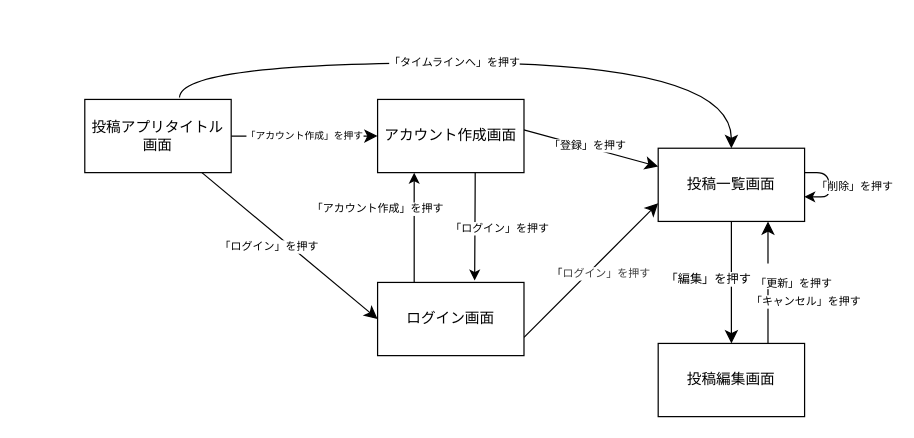
yoko-bessho/post-app-practice keeps this draw.io diagram as docs/13-3/post-screen-flow.drawio. Above is the earlier version. Source tidied: cells renumbered, new cells numbered last; positions are measured from the earlier drawing's top-left corner, leaving out a move shared by most shapes. Both pictures are drawn from the tidied source at 122%, with x=0, y=0 at pixel (84, 62).
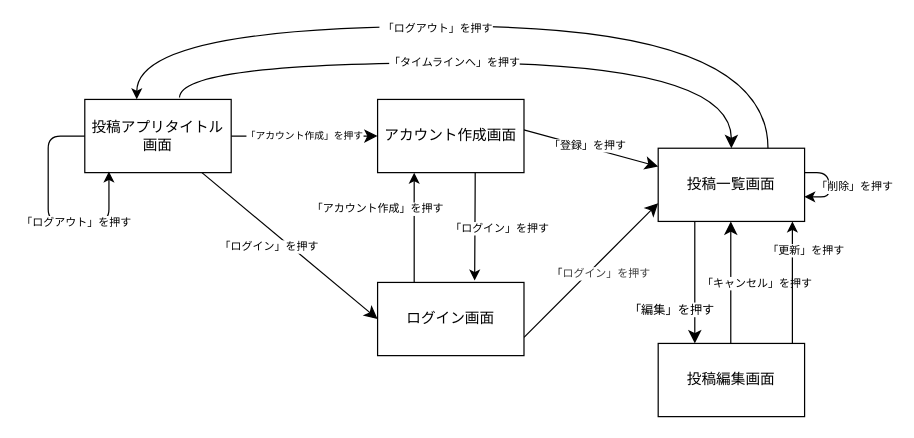
After the change.

Commit message (it also covers changes not shown here):
13-3: 投稿アプリの画面変移図を修正

Unchanged cells that the change refers to:
```xml
<mxCell id="5" value="投稿編集画面" style="rounded=0;whiteSpace=wrap;html=1;" parent="1" vertex="1">
  <mxGeometry x="470" y="230" width="120" height="60" as="geometry" />
</mxCell>
<mxCell id="8" value="投稿一覧画面" style="rounded=0;whiteSpace=wrap;html=1;" parent="1" vertex="1">
  <mxGeometry x="470" y="70" width="120" height="60" as="geometry" />
</mxCell>
<mxCell id="23" value="投稿アプリタイトル画面" style="rounded=0;whiteSpace=wrap;html=1;" parent="1" vertex="1">
  <mxGeometry y="30" width="120" height="60" as="geometry" />
</mxCell>
```

The edit, as a diff of the source:
```diff
@@
-    <mxCell id="2" style="edgeStyle=none;curved=1;rounded=0;curveGeometry=1;jettySize=auto;html=1;entryX=0.75;entryY=1;entryDx=0;entryDy=0;fontSize=9;defaultLabelBackgroundColor=page;labelPadding=0 4;startSize=8;endSize=8;exitX=0.75;exitY=0;exitDx=0;exitDy=0;" parent="1" edge="1" source="5" target="8">
-      <mxGeometry relative="1" as="geometry" />
+    <mxCell id="2" style="edgeStyle=none;curved=1;rounded=0;curveGeometry=1;orthogonalLoop=1;jettySize=auto;html=1;entryX=0.75;entryY=1;entryDx=0;entryDy=0;fontSize=9;defaultLabelBackgroundColor=page;labelPadding=0 4;startSize=8;endSize=8;exitX=0.75;exitY=0;exitDx=0;exitDy=0;" parent="1" edge="1">
+      <mxGeometry relative="1" as="geometry">
+        <mxPoint x="529.5" y="230" as="sourcePoint" />
+        <mxPoint x="529.5" y="130" as="targetPoint" />
+        <Array as="points">
+          <mxPoint x="529.5" y="150" />
+        </Array>
+      </mxGeometry>
     </mxCell>
     <mxCell id="3" value="「キャンセル」を押す" style="edgeLabel;html=1;align=center;verticalAlign=middle;inheritText=1;fontSize=9;defaultLabelBackgroundColor=page;labelPadding=0 4;" parent="2" vertex="1">
-      <mxGeometry x="0.01" relative="1" as="geometry">
-        <mxPoint x="30" y="16" as="offset" />
+      <mxGeometry x="0.02" relative="1" as="geometry">
+        <mxPoint x="21" y="1" as="offset" />
       </mxGeometry>
     </mxCell>
+    <mxCell id="26" style="edgeStyle=none;html=1;entryX=0.75;entryY=1;entryDx=0;entryDy=0;exitX=0.75;exitY=0;exitDx=0;exitDy=0;fontSize=9;" parent="1" edge="1">
+      <mxGeometry relative="1" as="geometry">
+        <mxPoint x="580" y="230" as="sourcePoint" />
+        <mxPoint x="580" y="130" as="targetPoint" />
+      </mxGeometry>
+    </mxCell>
-    <mxCell id="4" value="&lt;div&gt;&lt;br&gt;&lt;/div&gt;&lt;div&gt;「更新」を押す&lt;/div&gt;" style="edgeLabel;html=1;align=center;verticalAlign=middle;inheritText=1;fontSize=9;defaultLabelBackgroundColor=page;labelPadding=0 4;" parent="2" vertex="1">
-      <mxGeometry x="0.09" y="2" relative="1" as="geometry">
-        <mxPoint x="22" y="-1" as="offset" />
+    <mxCell id="4" value="「更新」を押す" style="edgeLabel;html=1;align=center;verticalAlign=middle;inheritText=1;fontSize=9;" parent="26" vertex="1">
+      <mxGeometry x="0.54" y="1" relative="1" as="geometry">
+        <mxPoint x="11" as="offset" />
       </mxGeometry>
     </mxCell>
@@
-    <mxCell id="6" style="edgeStyle=none;curved=1;rounded=0;curveGeometry=1;jettySize=auto;html=1;entryX=0.5;entryY=0;entryDx=0;entryDy=0;fontSize=10;defaultLabelBackgroundColor=page;labelPadding=0 4;startSize=8;endSize=8;" parent="1" edge="1" source="8" target="5">
-      <mxGeometry relative="1" as="geometry" />
+    <mxCell id="6" style="edgeStyle=none;curved=1;rounded=0;curveGeometry=1;orthogonalLoop=1;jettySize=auto;html=1;entryX=0.5;entryY=0;entryDx=0;entryDy=0;fontSize=10;defaultLabelBackgroundColor=page;labelPadding=0 4;startSize=8;endSize=8;" parent="1" edge="1">
+      <mxGeometry relative="1" as="geometry">
+        <mxPoint x="500" y="130" as="sourcePoint" />
+        <mxPoint x="500" y="230" as="targetPoint" />
+      </mxGeometry>
     </mxCell>
     <mxCell id="7" value="「編集」を押す" style="edgeLabel;html=1;align=center;verticalAlign=middle;inheritText=1;fontSize=10;defaultLabelBackgroundColor=page;labelPadding=0 4;" parent="6" vertex="1">
       <mxGeometry x="-0.09" y="-2" relative="1" as="geometry">
-        <mxPoint x="-18" as="offset" />
+        <mxPoint x="-18" y="25" as="offset" />
       </mxGeometry>
     </mxCell>
@@
+    <mxCell id="27" style="edgeStyle=orthogonalEdgeStyle;html=1;entryX=0.355;entryY=-0.001;entryDx=0;entryDy=0;entryPerimeter=0;rounded=0;curved=1;curveGeometry=1;fontSize=9;" parent="1" edge="1" source="8" target="23">
+      <mxGeometry x="0.05" relative="1" as="geometry">
+        <Array as="points">
+          <mxPoint x="560" y="-30" />
+          <mxPoint x="42.6" y="-30" />
+        </Array>
+      </mxGeometry>
+    </mxCell>
+    <mxCell id="28" value="&amp;nbsp;「ログアウト」を押す" style="edgeLabel;html=1;align=center;verticalAlign=middle;inheritText=1;fontSize=9;" parent="27" vertex="1">
+      <mxGeometry x="0.1" y="1" relative="1" as="geometry" />
+    </mxCell>
+    <mxCell id="29" style="edgeStyle=orthogonalEdgeStyle;html=1;innerLoopWaypoints=1;entryX=0.165;entryY=0.985;entryDx=0;entryDy=0;entryPerimeter=0;exitX=0;exitY=0.5;exitDx=0;exitDy=0;fontSize=9;" parent="1" edge="1" source="23" target="23">
+      <mxGeometry relative="1" as="geometry">
+        <Array as="points">
+          <mxPoint x="-30" y="60" />
+          <mxPoint x="-30" y="130" />
+          <mxPoint x="19.8" y="130" />
+        </Array>
+      </mxGeometry>
+    </mxCell>
+    <mxCell id="30" value="「ログアウト」を押す" style="edgeLabel;html=1;align=center;verticalAlign=middle;inheritText=1;fontSize=9;" parent="29" vertex="1">
+      <mxGeometry x="0.28" relative="1" as="geometry" />
+    </mxCell>
```
